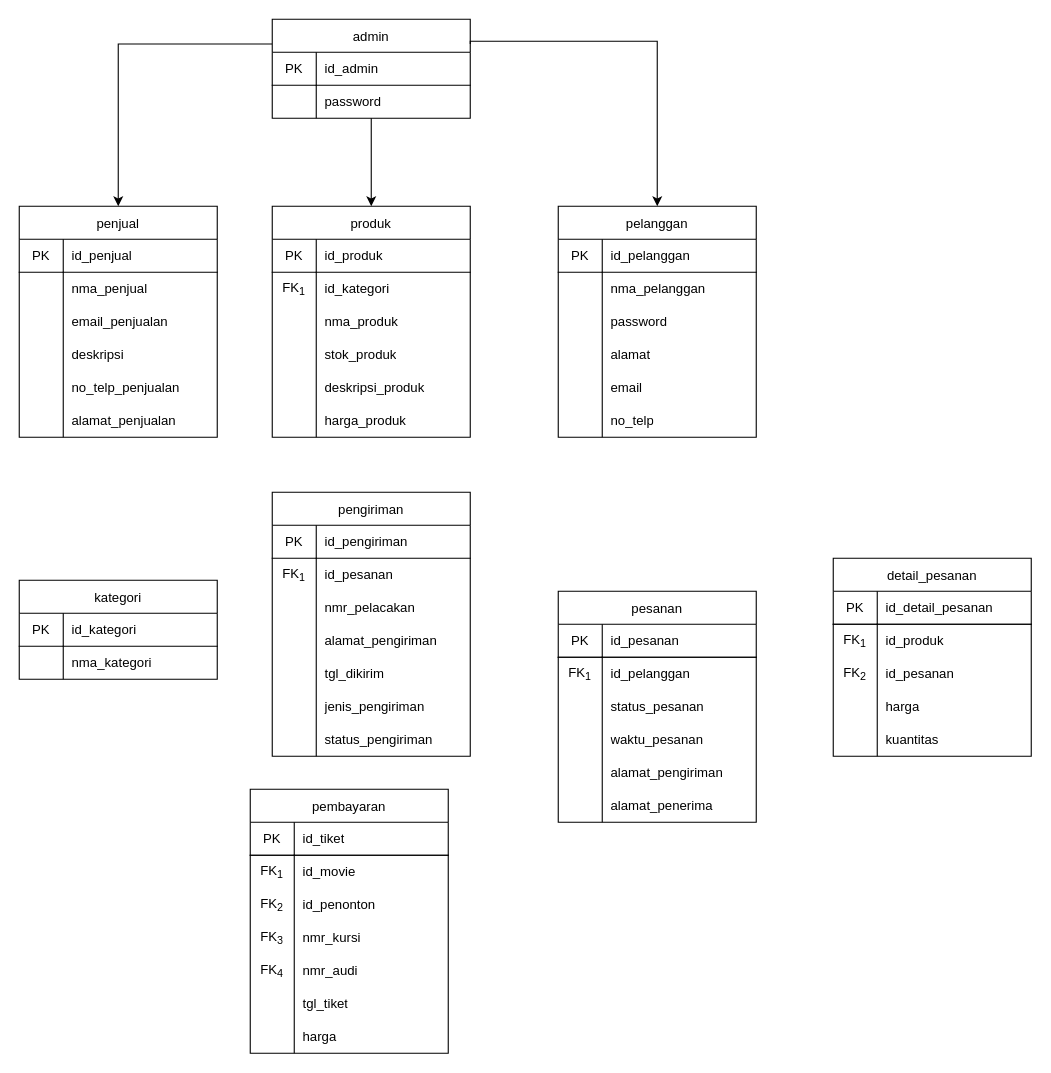
Above: e-commerce_cdm.drawio in vinnnna/sistem-basis-data (draw.io), before the change. Source tidied: cells renumbered, new cells numbered last; positions are measured from the earlier drawing's top-left corner, leaving out a move shared by most shapes. Both pictures are drawn from the tidied source at 110%, with x=0, y=0 at pixel (19, 19).
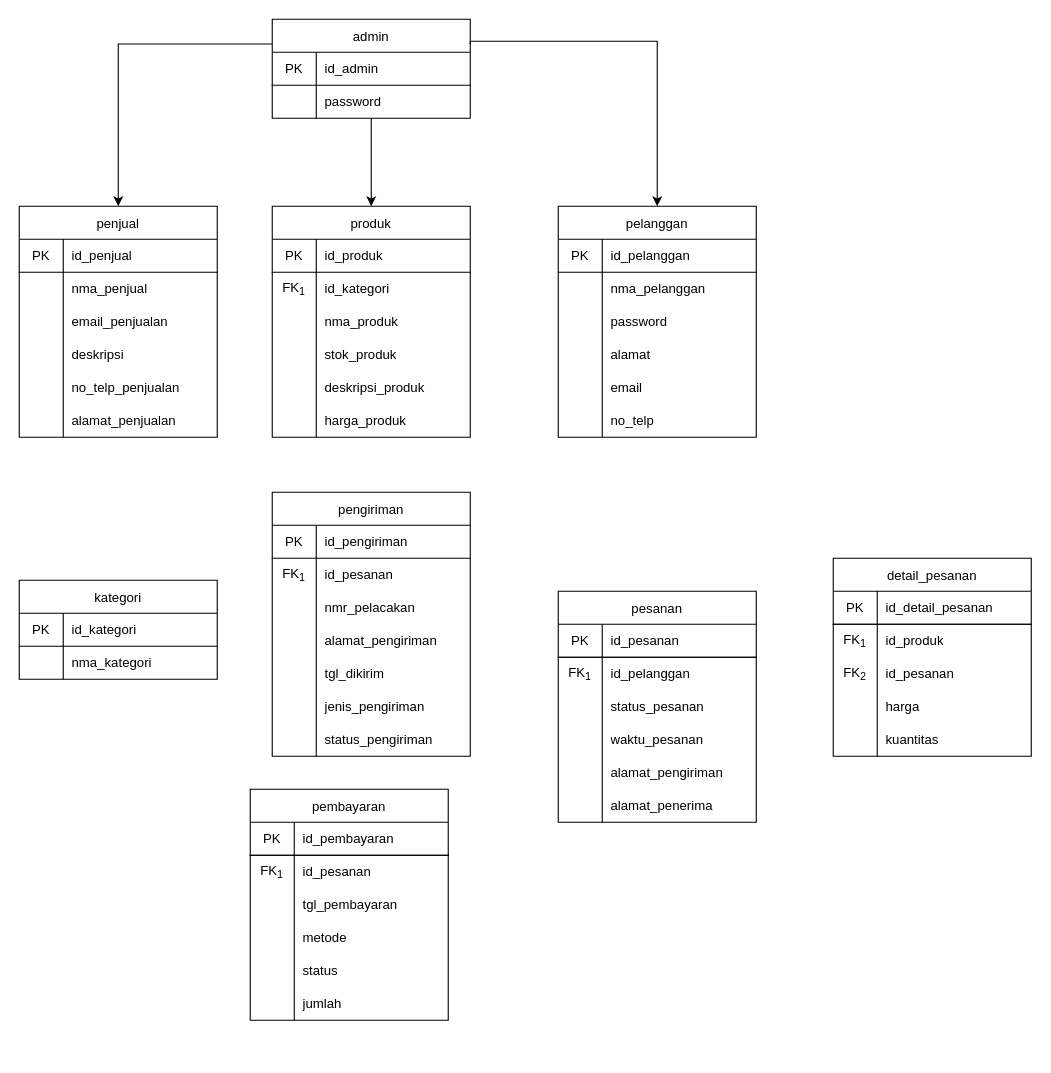
The same diagram, later.

Unchanged cells that the change refers to:
```xml
<mxCell id="134" style="shape=tableRow;horizontal=0;startSize=0;swimlaneHead=0;swimlaneBody=0;top=0;left=0;bottom=0;right=0;fillColor=none;strokeColor=inherit;fontSize=12;" parent="133" vertex="1">
  <mxGeometry y="30" width="180" height="30" as="geometry" />
</mxCell>
<mxCell id="137" style="shape=tableRow;horizontal=0;startSize=0;swimlaneHead=0;swimlaneBody=0;top=0;left=0;bottom=0;right=0;fillColor=none;strokeColor=inherit;fontSize=12;" parent="133" vertex="1">
  <mxGeometry y="60" width="180" height="30" as="geometry" />
</mxCell>
<mxCell id="140" style="shape=tableRow;horizontal=0;startSize=0;swimlaneHead=0;swimlaneBody=0;top=0;left=0;bottom=0;right=0;fillColor=none;strokeColor=inherit;fontSize=12;" parent="133" vertex="1">
  <mxGeometry y="90" width="180" height="30" as="geometry" />
</mxCell>
<mxCell id="143" style="shape=tableRow;horizontal=0;startSize=0;swimlaneHead=0;swimlaneBody=0;top=0;left=0;bottom=0;right=0;fillColor=none;strokeColor=inherit;fontSize=12;" parent="133" vertex="1">
  <mxGeometry y="120" width="180" height="30" as="geometry" />
</mxCell>
<mxCell id="146" style="shape=tableRow;horizontal=0;startSize=0;swimlaneHead=0;swimlaneBody=0;top=0;left=0;bottom=0;right=0;fillColor=none;strokeColor=inherit;fontSize=12;" parent="133" vertex="1">
  <mxGeometry y="150" width="180" height="30" as="geometry" />
</mxCell>
<mxCell id="149" style="shape=tableRow;horizontal=0;startSize=0;swimlaneHead=0;swimlaneBody=0;top=0;left=0;bottom=0;right=0;fillColor=none;strokeColor=inherit;fontSize=12;" parent="133" vertex="1">
  <mxGeometry y="180" width="180" height="30" as="geometry" />
</mxCell>
```

What changed in the source:
```diff
@@
     <mxCell id="133" value="pembayaran" style="shape=table;startSize=30;childLayout=tableLayout;rowLines=0;fontStyle=0;strokeColor=default;fontSize=12;" parent="1" vertex="1">
-      <mxGeometry x="210" y="700" width="180" height="240" as="geometry" />
+      <mxGeometry x="210" y="700" width="180" height="210" as="geometry" />
     </mxCell>
@@
-    <mxCell id="136" value="id_tiket" style="shape=partialRectangle;html=1;whiteSpace=wrap;fillColor=none;top=0;left=0;bottom=1;right=0;align=left;spacingLeft=6;overflow=hidden;strokeColor=inherit;fontSize=12;strokeWidth=1;" parent="134" vertex="1">
+    <mxCell id="136" value="id_pembayaran" style="shape=partialRectangle;html=1;whiteSpace=wrap;fillColor=none;top=0;left=0;bottom=1;right=0;align=left;spacingLeft=6;overflow=hidden;strokeColor=inherit;fontSize=12;strokeWidth=1;" parent="134" vertex="1">
       <mxGeometry x="40" width="140" height="30" as="geometry" />
     </mxCell>
@@
-    <mxCell id="139" value="id_movie" style="shape=partialRectangle;html=1;whiteSpace=wrap;fillColor=none;top=1;left=0;bottom=0;right=0;align=left;spacingLeft=6;overflow=hidden;strokeColor=inherit;fontSize=12;" parent="137" vertex="1">
+    <mxCell id="139" value="id_pesanan" style="shape=partialRectangle;html=1;whiteSpace=wrap;fillColor=none;top=1;left=0;bottom=0;right=0;align=left;spacingLeft=6;overflow=hidden;strokeColor=inherit;fontSize=12;" parent="137" vertex="1">
       <mxGeometry x="40" width="140" height="30" as="geometry" />
     </mxCell>
@@
-    <mxCell id="141" value="FK&lt;sub&gt;2&lt;/sub&gt;" style="shape=partialRectangle;html=1;whiteSpace=wrap;fillColor=none;top=0;left=0;bottom=0;right=0;overflow=hidden;strokeColor=inherit;fontSize=12;" parent="140" vertex="1">
+    <mxCell id="141" style="shape=partialRectangle;html=1;whiteSpace=wrap;fillColor=none;top=0;left=0;bottom=0;right=0;overflow=hidden;strokeColor=inherit;fontSize=12;" parent="140" vertex="1">
       <mxGeometry width="40" height="30" as="geometry" />
     </mxCell>
-    <mxCell id="142" value="id_penonton" style="shape=partialRectangle;html=1;whiteSpace=wrap;fillColor=none;top=0;left=0;bottom=0;right=0;align=left;spacingLeft=6;overflow=hidden;strokeColor=inherit;fontSize=12;" parent="140" vertex="1">
+    <mxCell id="142" value="tgl_pembayaran" style="shape=partialRectangle;html=1;whiteSpace=wrap;fillColor=none;top=0;left=0;bottom=0;right=0;align=left;spacingLeft=6;overflow=hidden;strokeColor=inherit;fontSize=12;" parent="140" vertex="1">
       <mxGeometry x="40" width="140" height="30" as="geometry" />
     </mxCell>
@@
-    <mxCell id="144" value="FK&lt;sub&gt;3&lt;/sub&gt;" style="shape=partialRectangle;html=1;whiteSpace=wrap;fillColor=none;top=0;left=0;bottom=0;right=0;overflow=hidden;strokeColor=inherit;fontSize=12;" parent="143" vertex="1">
+    <mxCell id="144" style="shape=partialRectangle;html=1;whiteSpace=wrap;fillColor=none;top=0;left=0;bottom=0;right=0;overflow=hidden;strokeColor=inherit;fontSize=12;" parent="143" vertex="1">
       <mxGeometry width="40" height="30" as="geometry" />
     </mxCell>
-    <mxCell id="145" value="nmr_kursi" style="shape=partialRectangle;html=1;whiteSpace=wrap;fillColor=none;top=0;left=0;bottom=0;right=0;align=left;spacingLeft=6;overflow=hidden;strokeColor=inherit;fontSize=12;" parent="143" vertex="1">
+    <mxCell id="145" value="metode" style="shape=partialRectangle;html=1;whiteSpace=wrap;fillColor=none;top=0;left=0;bottom=0;right=0;align=left;spacingLeft=6;overflow=hidden;strokeColor=inherit;fontSize=12;" parent="143" vertex="1">
       <mxGeometry x="40" width="140" height="30" as="geometry" />
     </mxCell>
@@
-    <mxCell id="147" value="FK&lt;sub&gt;4&lt;/sub&gt;" style="shape=partialRectangle;html=1;whiteSpace=wrap;fillColor=none;top=0;left=0;bottom=0;right=0;overflow=hidden;strokeColor=inherit;fontSize=12;" parent="146" vertex="1">
+    <mxCell id="147" style="shape=partialRectangle;html=1;whiteSpace=wrap;fillColor=none;top=0;left=0;bottom=0;right=0;overflow=hidden;strokeColor=inherit;fontSize=12;" parent="146" vertex="1">
       <mxGeometry width="40" height="30" as="geometry" />
     </mxCell>
-    <mxCell id="148" value="nmr_audi" style="shape=partialRectangle;html=1;whiteSpace=wrap;fillColor=none;top=0;left=0;bottom=0;right=0;align=left;spacingLeft=6;overflow=hidden;strokeColor=inherit;fontSize=12;" parent="146" vertex="1">
+    <mxCell id="148" value="status" style="shape=partialRectangle;html=1;whiteSpace=wrap;fillColor=none;top=0;left=0;bottom=0;right=0;align=left;spacingLeft=6;overflow=hidden;strokeColor=inherit;fontSize=12;" parent="146" vertex="1">
       <mxGeometry x="40" width="140" height="30" as="geometry" />
     </mxCell>
@@
-    <mxCell id="151" value="tgl_tiket" style="shape=partialRectangle;html=1;whiteSpace=wrap;fillColor=none;top=0;left=0;bottom=0;right=0;align=left;spacingLeft=6;overflow=hidden;strokeColor=inherit;fontSize=12;" parent="149" vertex="1">
+    <mxCell id="151" value="jumlah" style="shape=partialRectangle;html=1;whiteSpace=wrap;fillColor=none;top=0;left=0;bottom=0;right=0;align=left;spacingLeft=6;overflow=hidden;strokeColor=inherit;fontSize=12;" parent="149" vertex="1">
       <mxGeometry x="40" width="140" height="30" as="geometry" />
     </mxCell>
-    <mxCell id="152" style="shape=tableRow;horizontal=0;startSize=0;swimlaneHead=0;swimlaneBody=0;top=0;left=0;bottom=0;right=0;fillColor=none;strokeColor=inherit;fontSize=12;" parent="133" vertex="1">
-      <mxGeometry y="210" width="180" height="30" as="geometry" />
-    </mxCell>
-    <mxCell id="153" style="shape=partialRectangle;html=1;whiteSpace=wrap;fillColor=none;top=0;left=0;bottom=0;right=0;overflow=hidden;strokeColor=inherit;fontSize=12;" parent="152" vertex="1">
-      <mxGeometry width="40" height="30" as="geometry" />
-    </mxCell>
-    <mxCell id="154" value="harga" style="shape=partialRectangle;html=1;whiteSpace=wrap;fillColor=none;top=0;left=0;bottom=0;right=0;align=left;spacingLeft=6;overflow=hidden;strokeColor=inherit;fontSize=12;" parent="152" vertex="1">
-      <mxGeometry x="40" width="140" height="30" as="geometry" />
-    </mxCell>
```
